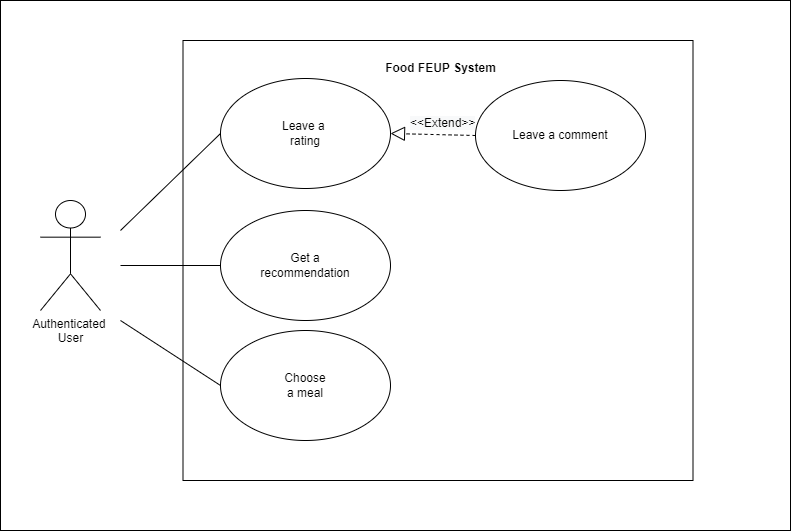
Above: images/UseCaseView.png in LEIC-ES-2021-22/2LEIC11T3 (draw.io), before the change. Source tidied: cells renumbered, new cells last; positions are measured from the earlier drawing's top-left corner, leaving out a move shared by most shapes.
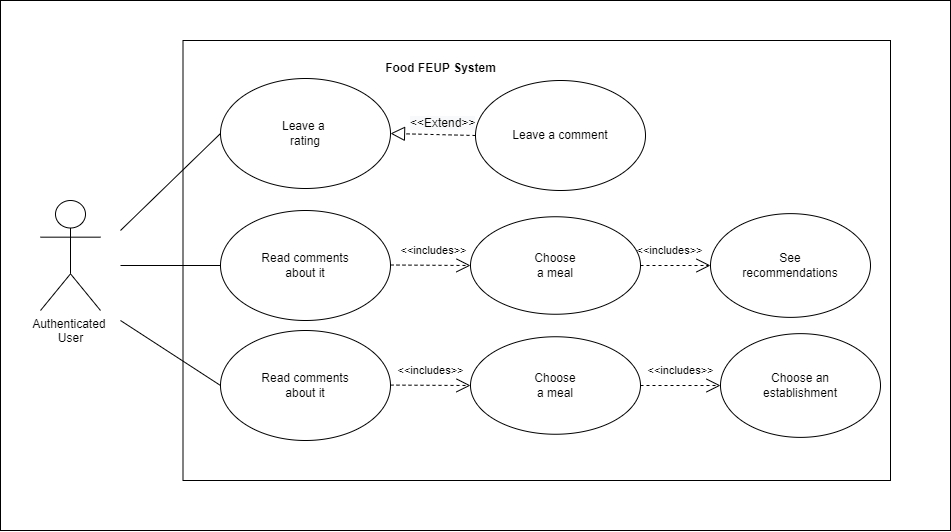
After the change.

Change to the diagram source:
```diff
@@ -3,13 +3,13 @@
     <mxCell id="0" />
     <mxCell id="1" parent="0" />
     <mxCell id="2" style="whiteSpace=wrap;html=1;imageHeight=20;" parent="1" vertex="1">
-      <mxGeometry width="790" height="530" as="geometry" />
+      <mxGeometry width="950" height="530" as="geometry" />
     </mxCell>
     <mxCell id="3" value="Authenticated&amp;nbsp;&lt;br&gt;User" style="shape=umlActor;verticalLabelPosition=bottom;verticalAlign=top;html=1;" parent="1" vertex="1">
       <mxGeometry x="40" y="200" width="60" height="110" as="geometry" />
     </mxCell>
     <mxCell id="4" style="whiteSpace=wrap;html=1;imageHeight=20;" parent="1" vertex="1">
-      <mxGeometry x="182.5" y="40" width="510" height="440" as="geometry" />
+      <mxGeometry x="182.5" y="40" width="707.5" height="440" as="geometry" />
     </mxCell>
     <mxCell id="5" value="&lt;div&gt;&lt;b&gt;Food FEUP System&lt;/b&gt;&lt;/div&gt;" style="text;html=1;align=center;verticalAlign=middle;strokeColor=none;fillColor=none;" parent="1" vertex="1">
       <mxGeometry x="380" y="58" width="120" height="20" as="geometry" />
@@ -17,13 +17,13 @@
     <mxCell id="6" style="ellipse;whiteSpace=wrap;html=1;" parent="1" vertex="1">
       <mxGeometry x="220" y="210" width="170" height="110" as="geometry" />
     </mxCell>
-    <mxCell id="7" value="Get a&lt;br&gt;recommendation" style="text;html=1;strokeColor=none;fillColor=none;align=center;verticalAlign=middle;whiteSpace=wrap;rounded=0;" parent="1" vertex="1">
+    <mxCell id="7" value="Read comments about it" style="text;html=1;strokeColor=none;fillColor=none;align=center;verticalAlign=middle;whiteSpace=wrap;rounded=0;" parent="1" vertex="1">
       <mxGeometry x="250" y="250" width="110" height="30" as="geometry" />
     </mxCell>
     <mxCell id="8" style="ellipse;whiteSpace=wrap;html=1;" parent="1" vertex="1">
       <mxGeometry x="220" y="330" width="170" height="110" as="geometry" />
     </mxCell>
-    <mxCell id="9" value="Choose&lt;br&gt;a meal" style="text;html=1;strokeColor=none;fillColor=none;align=center;verticalAlign=middle;whiteSpace=wrap;rounded=0;" parent="1" vertex="1">
+    <mxCell id="9" value="Read comments about it" style="text;html=1;strokeColor=none;fillColor=none;align=center;verticalAlign=middle;whiteSpace=wrap;rounded=0;" parent="1" vertex="1">
       <mxGeometry x="250" y="355" width="110" height="60" as="geometry" />
     </mxCell>
     <mxCell id="10" style="ellipse;whiteSpace=wrap;html=1;" parent="1" vertex="1">
@@ -61,5 +61,47 @@
         <mxPoint x="120" y="320" as="sourcePoint" />
       </mxGeometry>
     </mxCell>
+    <mxCell id="19" style="ellipse;whiteSpace=wrap;html=1;" parent="1" vertex="1">
+      <mxGeometry x="470" y="336.2" width="170" height="97.5" as="geometry" />
+    </mxCell>
+    <mxCell id="20" style="ellipse;whiteSpace=wrap;html=1;" parent="1" vertex="1">
+      <mxGeometry x="720" y="333.1" width="160" height="103.8" as="geometry" />
+    </mxCell>
+    <mxCell id="21" value="Choose&lt;br&gt;a meal" style="text;html=1;strokeColor=none;fillColor=none;align=center;verticalAlign=middle;whiteSpace=wrap;rounded=0;" parent="1" vertex="1">
+      <mxGeometry x="500" y="355" width="110" height="60" as="geometry" />
+    </mxCell>
+    <mxCell id="22" value="Choose an establishment" style="text;html=1;strokeColor=none;fillColor=none;align=center;verticalAlign=middle;whiteSpace=wrap;rounded=0;" parent="1" vertex="1">
+      <mxGeometry x="745" y="355" width="110" height="60" as="geometry" />
+    </mxCell>
+    <mxCell id="23" style="ellipse;whiteSpace=wrap;html=1;" parent="1" vertex="1">
+      <mxGeometry x="710" y="213.1" width="160" height="103.8" as="geometry" />
+    </mxCell>
+    <mxCell id="24" value="See recommendations" style="text;html=1;strokeColor=none;fillColor=none;align=center;verticalAlign=middle;whiteSpace=wrap;rounded=0;" parent="1" vertex="1">
+      <mxGeometry x="735" y="235" width="110" height="60" as="geometry" />
+    </mxCell>
+    <mxCell id="25" value="&amp;lt;&amp;lt;includes&amp;gt;&amp;gt;" style="endArrow=open;endSize=12;dashed=1;html=1;rounded=0;entryX=0;entryY=0.5;entryDx=0;entryDy=0;" parent="1" edge="1" target="27">
+      <mxGeometry x="0.09" y="15" relative="1" as="geometry">
+        <mxPoint x="390" y="264.5" as="sourcePoint" />
+      </mxGeometry>
+    </mxCell>
+    <mxCell id="26" value="&amp;lt;&amp;lt;includes&amp;gt;&amp;gt;" style="endArrow=open;endSize=12;dashed=1;html=1;rounded=0;entryX=0;entryY=0.5;entryDx=0;entryDy=0;startArrow=none;" parent="1" edge="1" source="27" target="23">
+      <mxGeometry x="-0.18" y="15" relative="1" as="geometry" />
+    </mxCell>
+    <mxCell id="27" style="ellipse;whiteSpace=wrap;html=1;" parent="1" vertex="1">
+      <mxGeometry x="470" y="216.2" width="170" height="97.5" as="geometry" />
+    </mxCell>
+    <mxCell id="28" value="Choose&lt;br&gt;a meal" style="text;html=1;strokeColor=none;fillColor=none;align=center;verticalAlign=middle;whiteSpace=wrap;rounded=0;" parent="1" vertex="1">
+      <mxGeometry x="500" y="235" width="110" height="60" as="geometry" />
+    </mxCell>
+    <mxCell id="29" value="&amp;lt;&amp;lt;includes&amp;gt;&amp;gt;" style="endArrow=open;endSize=12;dashed=1;html=1;rounded=0;" parent="1" edge="1" target="19">
+      <mxGeometry y="15" relative="1" as="geometry">
+        <mxPoint x="390" y="384.6" as="sourcePoint" />
+      </mxGeometry>
+    </mxCell>
+    <mxCell id="30" value="&amp;lt;&amp;lt;includes&amp;gt;&amp;gt;" style="endArrow=open;endSize=12;dashed=1;html=1;rounded=0;entryX=0;entryY=0.5;entryDx=0;entryDy=0;startArrow=none;" parent="1" edge="1" target="20">
+      <mxGeometry y="15" relative="1" as="geometry">
+        <mxPoint x="640" y="385" as="sourcePoint" />
+      </mxGeometry>
+    </mxCell>
   </root>
 </mxGraphModel>
```
